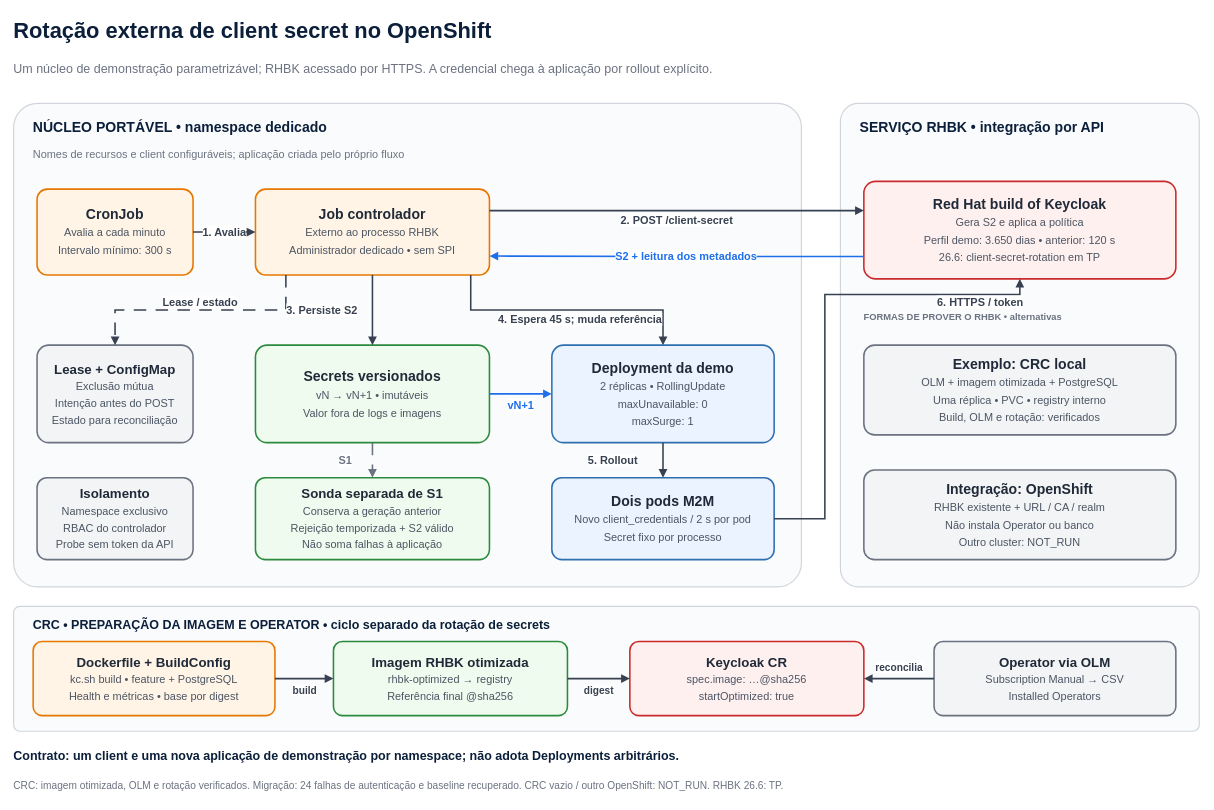
The draw.io diagram page "01 — Arquitetura do laboratório OpenShift" (1 of 2) of docs/diagramas/arquitetura-rotacao-externa.drawio in csfreitas/rhbk-client-secret-rotation, before the edit. Source tidied: cells renumbered, new cells numbered last; positions are measured from the earlier drawing's top-left corner, leaving out a move shared by most shapes. Both pictures are drawn from the tidied source at 78%, with x=0, y=0 at pixel (13, 13).
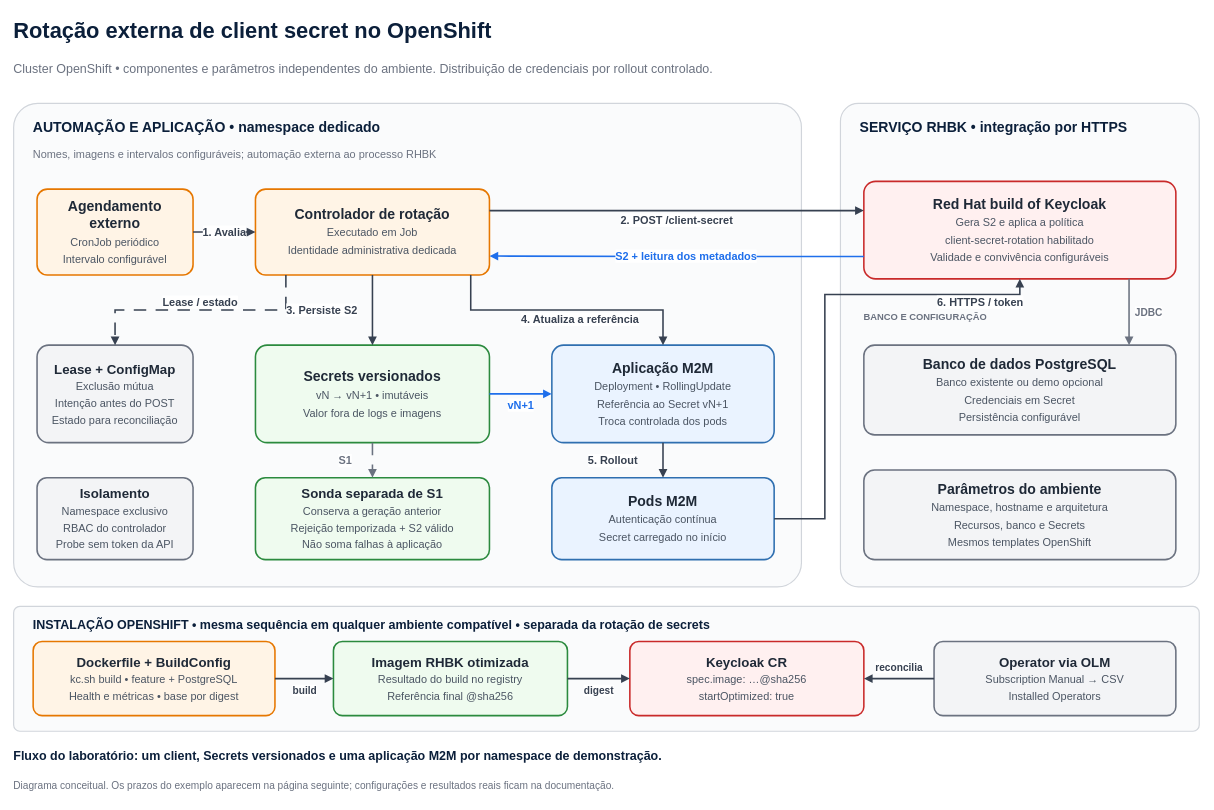
The same diagram, later.

The edit, as a diff of the source:
```diff
@@
-    <mxCell id="3" value="Um núcleo de demonstração parametrizável; RHBK acessado por HTTPS. A credencial chega à aplicação por rollout explícito." style="text;html=1;strokeColor=none;fillColor=none;whiteSpace=wrap;overflow=hidden;align=left;verticalAlign=middle;fontSize=16;fontColor=#6B7280;fontStyle=0;spacing=0;" parent="1" vertex="1">
+    <mxCell id="3" value="Cluster OpenShift • componentes e parâmetros independentes do ambiente. Distribuição de credenciais por rollout controlado." style="text;html=1;strokeColor=none;fillColor=none;whiteSpace=wrap;overflow=hidden;align=left;verticalAlign=middle;fontSize=16;fontColor=#6B7280;fontStyle=0;spacing=0;" parent="1" vertex="1">
       <mxGeometry y="52" width="1520" height="35" as="geometry" />
     </mxCell>
@@
-    <mxCell id="6" value="NÚCLEO PORTÁVEL • namespace dedicado" style="text;html=1;strokeColor=none;fillColor=none;whiteSpace=wrap;overflow=hidden;align=left;verticalAlign=middle;fontSize=18;fontColor=#0B1F3A;fontStyle=1;spacing=0;" parent="1" vertex="1">
+    <mxCell id="6" value="AUTOMAÇÃO E APLICAÇÃO • namespace dedicado" style="text;html=1;strokeColor=none;fillColor=none;whiteSpace=wrap;overflow=hidden;align=left;verticalAlign=middle;fontSize=18;fontColor=#0B1F3A;fontStyle=1;spacing=0;" parent="1" vertex="1">
       <mxGeometry x="25" y="130" width="960" height="32" as="geometry" />
     </mxCell>
-    <mxCell id="7" value="SERVIÇO RHBK • integração por API" style="text;html=1;strokeColor=none;fillColor=none;whiteSpace=wrap;overflow=hidden;align=left;verticalAlign=middle;fontSize=18;fontColor=#0B1F3A;fontStyle=1;spacing=0;" parent="1" vertex="1">
+    <mxCell id="7" value="SERVIÇO RHBK • integração por HTTPS" style="text;html=1;strokeColor=none;fillColor=none;whiteSpace=wrap;overflow=hidden;align=left;verticalAlign=middle;fontSize=18;fontColor=#0B1F3A;fontStyle=1;spacing=0;" parent="1" vertex="1">
       <mxGeometry x="1085" y="130" width="410" height="32" as="geometry" />
     </mxCell>
-    <mxCell id="8" value="Nomes de recursos e client configuráveis; aplicação criada pelo próprio fluxo" style="text;html=1;strokeColor=none;fillColor=none;whiteSpace=wrap;overflow=hidden;align=left;verticalAlign=middle;fontSize=14;fontColor=#6B7280;fontStyle=0;spacing=0;" parent="1" vertex="1">
+    <mxCell id="8" value="Nomes, imagens e intervalos configuráveis; automação externa ao processo RHBK" style="text;html=1;strokeColor=none;fillColor=none;whiteSpace=wrap;overflow=hidden;align=left;verticalAlign=middle;fontSize=14;fontColor=#6B7280;fontStyle=0;spacing=0;" parent="1" vertex="1">
       <mxGeometry x="25" y="168" width="950" height="24" as="geometry" />
     </mxCell>
-    <mxCell id="9" value="&lt;div style=&quot;font-size:18px;line-height:1.25;text-align:center;&quot;&gt;&lt;b&gt;CronJob&lt;/b&gt;&lt;br&gt;&lt;span style=&quot;font-size:14px;font-weight:normal;color:#4B5563&quot;&gt;Avalia a cada minuto&lt;br&gt;Intervalo mínimo: 300 s&lt;/span&gt;&lt;/div&gt;" style="rounded=1;whiteSpace=wrap;html=1;fillColor=#FFF4E6;strokeColor=#E67700;strokeWidth=2;fontColor=#1F2937;spacing=10;arcSize=12;" parent="1" vertex="1">
+    <mxCell id="9" value="&lt;div style=&quot;font-size:18px;line-height:1.25;text-align:center;&quot;&gt;&lt;b&gt;Agendamento externo&lt;/b&gt;&lt;br&gt;&lt;span style=&quot;font-size:14px;font-weight:normal;color:#4B5563&quot;&gt;CronJob periódico&lt;br&gt;Intervalo configurável&lt;/span&gt;&lt;/div&gt;" style="rounded=1;whiteSpace=wrap;html=1;fillColor=#FFF4E6;strokeColor=#E67700;strokeWidth=2;fontColor=#1F2937;spacing=10;arcSize=12;" parent="1" vertex="1">
       <mxGeometry x="30" y="225" width="200" height="110" as="geometry" />
     </mxCell>
-    <mxCell id="10" value="&lt;div style=&quot;font-size:18px;line-height:1.25;text-align:center;&quot;&gt;&lt;b&gt;Job controlador&lt;/b&gt;&lt;br&gt;&lt;span style=&quot;font-size:14px;font-weight:normal;color:#4B5563&quot;&gt;Externo ao processo RHBK&lt;br&gt;Administrador dedicado • sem SPI&lt;/span&gt;&lt;/div&gt;" style="rounded=1;whiteSpace=wrap;html=1;fillColor=#FFF4E6;strokeColor=#E67700;strokeWidth=2;fontColor=#1F2937;spacing=10;arcSize=12;" parent="1" vertex="1">
+    <mxCell id="10" value="&lt;div style=&quot;font-size:18px;line-height:1.25;text-align:center;&quot;&gt;&lt;b&gt;Controlador de rotação&lt;/b&gt;&lt;br&gt;&lt;span style=&quot;font-size:14px;font-weight:normal;color:#4B5563&quot;&gt;Executado em Job&lt;br&gt;Identidade administrativa dedicada&lt;/span&gt;&lt;/div&gt;" style="rounded=1;whiteSpace=wrap;html=1;fillColor=#FFF4E6;strokeColor=#E67700;strokeWidth=2;fontColor=#1F2937;spacing=10;arcSize=12;" parent="1" vertex="1">
       <mxGeometry x="310" y="225" width="300" height="110" as="geometry" />
     </mxCell>
-    <mxCell id="11" value="&lt;div style=&quot;font-size:18px;line-height:1.25;text-align:center;&quot;&gt;&lt;b&gt;Red Hat build of Keycloak&lt;/b&gt;&lt;br&gt;&lt;span style=&quot;font-size:14px;font-weight:normal;color:#4B5563&quot;&gt;Gera S2 e aplica a política&lt;br&gt;Perfil demo: 3.650 dias • anterior: 120 s&lt;br&gt;26.6: client-secret-rotation em TP&lt;/span&gt;&lt;/div&gt;" style="rounded=1;whiteSpace=wrap;html=1;fillColor=#FFF0F0;strokeColor=#C92A2A;strokeWidth=2;fontColor=#1F2937;spacing=10;arcSize=12;" parent="1" vertex="1">
+    <mxCell id="11" value="&lt;div style=&quot;font-size:18px;line-height:1.25;text-align:center;&quot;&gt;&lt;b&gt;Red Hat build of Keycloak&lt;/b&gt;&lt;br&gt;&lt;span style=&quot;font-size:14px;font-weight:normal;color:#4B5563&quot;&gt;Gera S2 e aplica a política&lt;br&gt;client-secret-rotation habilitado&lt;br&gt;Validade e convivência configuráveis&lt;/span&gt;&lt;/div&gt;" style="rounded=1;whiteSpace=wrap;html=1;fillColor=#FFF0F0;strokeColor=#C92A2A;strokeWidth=2;fontColor=#1F2937;spacing=10;arcSize=12;" parent="1" vertex="1">
       <mxGeometry x="1090" y="215" width="400" height="125" as="geometry" />
     </mxCell>
@@
-    <mxCell id="14" value="&lt;div style=&quot;font-size:18px;line-height:1.25;text-align:center;&quot;&gt;&lt;b&gt;Deployment da demo&lt;/b&gt;&lt;br&gt;&lt;span style=&quot;font-size:14px;font-weight:normal;color:#4B5563&quot;&gt;2 réplicas • RollingUpdate&lt;br&gt;maxUnavailable: 0&lt;br&gt;maxSurge: 1&lt;/span&gt;&lt;/div&gt;" style="rounded=1;whiteSpace=wrap;html=1;fillColor=#EAF3FF;strokeColor=#2F6FB0;strokeWidth=2;fontColor=#1F2937;spacing=10;arcSize=12;" parent="1" vertex="1">
+    <mxCell id="14" value="&lt;div style=&quot;font-size:18px;line-height:1.25;text-align:center;&quot;&gt;&lt;b&gt;Aplicação M2M&lt;/b&gt;&lt;br&gt;&lt;span style=&quot;font-size:14px;font-weight:normal;color:#4B5563&quot;&gt;Deployment • RollingUpdate&lt;br&gt;Referência ao Secret vN+1&lt;br&gt;Troca controlada dos pods&lt;/span&gt;&lt;/div&gt;" style="rounded=1;whiteSpace=wrap;html=1;fillColor=#EAF3FF;strokeColor=#2F6FB0;strokeWidth=2;fontColor=#1F2937;spacing=10;arcSize=12;" parent="1" vertex="1">
       <mxGeometry x="690" y="425" width="285" height="125" as="geometry" />
     </mxCell>
@@
-    <mxCell id="17" value="&lt;div style=&quot;font-size:18px;line-height:1.25;text-align:center;&quot;&gt;&lt;b&gt;Dois pods M2M&lt;/b&gt;&lt;br&gt;&lt;span style=&quot;font-size:14px;font-weight:normal;color:#4B5563&quot;&gt;Novo client_credentials / 2 s por pod&lt;br&gt;Secret fixo por processo&lt;/span&gt;&lt;/div&gt;" style="rounded=1;whiteSpace=wrap;html=1;fillColor=#EAF3FF;strokeColor=#2F6FB0;strokeWidth=2;fontColor=#1F2937;spacing=10;arcSize=12;" parent="1" vertex="1">
+    <mxCell id="17" value="&lt;div style=&quot;font-size:18px;line-height:1.25;text-align:center;&quot;&gt;&lt;b&gt;Pods M2M&lt;/b&gt;&lt;br&gt;&lt;span style=&quot;font-size:14px;font-weight:normal;color:#4B5563&quot;&gt;Autenticação contínua&lt;br&gt;Secret carregado no início&lt;/span&gt;&lt;/div&gt;" style="rounded=1;whiteSpace=wrap;html=1;fillColor=#EAF3FF;strokeColor=#2F6FB0;strokeWidth=2;fontColor=#1F2937;spacing=10;arcSize=12;" parent="1" vertex="1">
       <mxGeometry x="690" y="595" width="285" height="105" as="geometry" />
     </mxCell>
-    <mxCell id="18" value="FORMAS DE PROVER O RHBK • alternativas" style="text;html=1;strokeColor=none;fillColor=none;whiteSpace=wrap;overflow=hidden;align=left;verticalAlign=middle;fontSize=12;fontColor=#6B7280;fontStyle=1;spacing=0;" parent="1" vertex="1">
-      <mxGeometry x="1090" y="375" width="400" height="28" as="geometry" />
+    <mxCell id="18" value="BANCO E CONFIGURAÇÃO" style="text;html=1;strokeColor=none;fillColor=none;whiteSpace=wrap;overflow=hidden;align=left;verticalAlign=middle;fontSize=12;fontColor=#6B7280;fontStyle=1;spacing=0;" parent="1" vertex="1">
+      <mxGeometry x="1090" y="375" width="270" height="28" as="geometry" />
     </mxCell>
-    <mxCell id="19" value="&lt;div style=&quot;font-size:18px;line-height:1.25;text-align:center;&quot;&gt;&lt;b&gt;Exemplo: CRC local&lt;/b&gt;&lt;br&gt;&lt;span style=&quot;font-size:14px;font-weight:normal;color:#4B5563&quot;&gt;OLM + imagem otimizada + PostgreSQL&lt;br&gt;Uma réplica • PVC • registry interno&lt;br&gt;Build, OLM e rotação: verificados&lt;/span&gt;&lt;/div&gt;" style="rounded=1;whiteSpace=wrap;html=1;fillColor=#F3F4F6;strokeColor=#6B7280;strokeWidth=2;fontColor=#1F2937;spacing=10;arcSize=12;" parent="1" vertex="1">
-      <mxGeometry x="1090" y="425" width="400" height="115" as="geometry" />
-    </mxCell>
-    <mxCell id="20" value="&lt;div style=&quot;font-size:18px;line-height:1.25;text-align:center;&quot;&gt;&lt;b&gt;Integração: OpenShift&lt;/b&gt;&lt;br&gt;&lt;span style=&quot;font-size:14px;font-weight:normal;color:#4B5563&quot;&gt;RHBK existente + URL / CA / realm&lt;br&gt;Não instala Operator ou banco&lt;br&gt;Outro cluster: NOT_RUN&lt;/span&gt;&lt;/div&gt;" style="rounded=1;whiteSpace=wrap;html=1;fillColor=#F3F4F6;strokeColor=#6B7280;strokeWidth=2;fontColor=#1F2937;spacing=10;arcSize=12;" parent="1" vertex="1">
-      <mxGeometry x="1090" y="585" width="400" height="115" as="geometry" />
-    </mxCell>
+    <mxCell id="42" value="&lt;div style=&quot;font-size:18px;line-height:1.25;text-align:center;&quot;&gt;&lt;b&gt;Banco de dados PostgreSQL&lt;/b&gt;&lt;br&gt;&lt;span style=&quot;font-size:14px;font-weight:normal;color:#4B5563&quot;&gt;Banco existente ou demo opcional&lt;br&gt;Credenciais em Secret&lt;br&gt;Persistência configurável&lt;/span&gt;&lt;/div&gt;" style="rounded=1;whiteSpace=wrap;html=1;fillColor=#F3F4F6;strokeColor=#6B7280;strokeWidth=2;fontColor=#1F2937;spacing=10;arcSize=12;" parent="1" vertex="1">
+      <mxGeometry x="1090" y="425" width="400" height="115" as="geometry" />
+    </mxCell>
+    <mxCell id="43" value="&lt;div style=&quot;font-size:18px;line-height:1.25;text-align:center;&quot;&gt;&lt;b&gt;Parâmetros do ambiente&lt;/b&gt;&lt;br&gt;&lt;span style=&quot;font-size:14px;font-weight:normal;color:#4B5563&quot;&gt;Namespace, hostname e arquitetura&lt;br&gt;Recursos, banco e Secrets&lt;br&gt;Mesmos templates OpenShift&lt;/span&gt;&lt;/div&gt;" style="rounded=1;whiteSpace=wrap;html=1;fillColor=#F3F4F6;strokeColor=#6B7280;strokeWidth=2;fontColor=#1F2937;spacing=10;arcSize=12;" parent="1" vertex="1">
+      <mxGeometry x="1090" y="585" width="400" height="115" as="geometry" />
+    </mxCell>
@@
-    <mxCell id="26" value="4. Espera 45 s; muda referência" style="edgeStyle=orthogonalEdgeStyle;rounded=0;jettySize=auto;html=1;endArrow=block;endFill=1;strokeColor=#374151;strokeWidth=2;fontColor=#374151;fontSize=14;fontStyle=1;labelBackgroundColor=#FFFFFF;exitX=0.92;exitY=1;entryX=0.5;entryY=0;" parent="1" edge="1" source="10" target="14">
+    <mxCell id="26" value="4. Atualiza a referência" style="edgeStyle=orthogonalEdgeStyle;rounded=0;jettySize=auto;html=1;endArrow=block;endFill=1;strokeColor=#374151;strokeWidth=2;fontColor=#374151;fontSize=14;fontStyle=1;labelBackgroundColor=#FFFFFF;exitX=0.92;exitY=1;entryX=0.5;entryY=0;" parent="1" edge="1" source="10" target="14">
       <mxGeometry x="0.1" y="-12" relative="1" as="geometry">
         <Array as="points">
           <mxPoint x="586" y="380" />
           <mxPoint x="832.5" y="380" />
         </Array>
       </mxGeometry>
     </mxCell>
@@
-    <mxCell id="31" value="Contrato: um client e uma nova aplicação de demonstração por namespace; não adota Deployments arbitrários." style="text;html=1;strokeColor=none;fillColor=none;whiteSpace=wrap;overflow=hidden;align=left;verticalAlign=middle;fontSize=16;fontColor=#0B1F3A;fontStyle=1;spacing=0;" parent="1" vertex="1">
+    <mxCell id="31" value="Fluxo do laboratório: um client, Secrets versionados e uma aplicação M2M por namespace de demonstração." style="text;html=1;strokeColor=none;fillColor=none;whiteSpace=wrap;overflow=hidden;align=left;verticalAlign=middle;fontSize=16;fontColor=#0B1F3A;fontStyle=1;spacing=0;" parent="1" vertex="1">
       <mxGeometry y="935" width="1520" height="32" as="geometry" />
     </mxCell>
-    <mxCell id="32" value="CRC: imagem otimizada, OLM e rotação verificados. Migração: 24 falhas de autenticação e baseline recuperado. CRC vazio / outro OpenShift: NOT_RUN. RHBK 26.6: TP." style="text;html=1;strokeColor=none;fillColor=none;whiteSpace=wrap;overflow=hidden;align=left;verticalAlign=middle;fontSize=13;fontColor=#6B7280;fontStyle=0;spacing=0;" parent="1" vertex="1">
+    <mxCell id="32" value="Diagrama conceitual. Os prazos do exemplo aparecem na página seguinte; configurações e resultados reais ficam na documentação." style="text;html=1;strokeColor=none;fillColor=none;whiteSpace=wrap;overflow=hidden;align=left;verticalAlign=middle;fontSize=13;fontColor=#6B7280;fontStyle=0;spacing=0;" parent="1" vertex="1">
       <mxGeometry y="975" width="1520" height="30" as="geometry" />
     </mxCell>
@@
-    <mxCell id="34" value="CRC • PREPARAÇÃO DA IMAGEM E OPERATOR • ciclo separado da rotação de secrets" style="text;html=1;strokeColor=none;fillColor=none;whiteSpace=wrap;overflow=hidden;align=left;verticalAlign=middle;fontSize=16;fontColor=#0B1F3A;fontStyle=1;spacing=0;" parent="1" vertex="1">
+    <mxCell id="34" value="INSTALAÇÃO OPENSHIFT • mesma sequência em qualquer ambiente compatível • separada da rotação de secrets" style="text;html=1;strokeColor=none;fillColor=none;whiteSpace=wrap;overflow=hidden;align=left;verticalAlign=middle;fontSize=16;fontColor=#0B1F3A;fontStyle=1;spacing=0;" parent="1" vertex="1">
       <mxGeometry x="25" y="770" width="1470" height="26" as="geometry" />
     </mxCell>
@@
-    <mxCell id="36" value="&lt;div style=&quot;font-size:17px;line-height:1.25;text-align:center;&quot;&gt;&lt;b&gt;Imagem RHBK otimizada&lt;/b&gt;&lt;br&gt;&lt;span style=&quot;font-size:14px;font-weight:normal;color:#4B5563&quot;&gt;rhbk-optimized → registry&lt;br&gt;Referência final @sha256&lt;/span&gt;&lt;/div&gt;" style="rounded=1;whiteSpace=wrap;html=1;fillColor=#EFFBEF;strokeColor=#2B8A3E;strokeWidth=2;fontColor=#1F2937;spacing=10;arcSize=12;" parent="1" vertex="1">
+    <mxCell id="36" value="&lt;div style=&quot;font-size:17px;line-height:1.25;text-align:center;&quot;&gt;&lt;b&gt;Imagem RHBK otimizada&lt;/b&gt;&lt;br&gt;&lt;span style=&quot;font-size:14px;font-weight:normal;color:#4B5563&quot;&gt;Resultado do build no registry&lt;br&gt;Referência final @sha256&lt;/span&gt;&lt;/div&gt;" style="rounded=1;whiteSpace=wrap;html=1;fillColor=#EFFBEF;strokeColor=#2B8A3E;strokeWidth=2;fontColor=#1F2937;spacing=10;arcSize=12;" parent="1" vertex="1">
       <mxGeometry x="410" y="805" width="300" height="95" as="geometry" />
     </mxCell>
@@
+    <mxCell id="44" value="JDBC" style="edgeStyle=orthogonalEdgeStyle;rounded=0;jettySize=auto;html=1;endArrow=block;endFill=1;strokeColor=#6B7280;strokeWidth=2;fontColor=#6B7280;fontSize=13;fontStyle=1;labelBackgroundColor=#FFFFFF;exitX=0.85;exitY=1;entryX=0.85;entryY=0;" parent="1" edge="1" source="11" target="42">
+      <mxGeometry y="25" relative="1" as="geometry" />
+    </mxCell>
```
